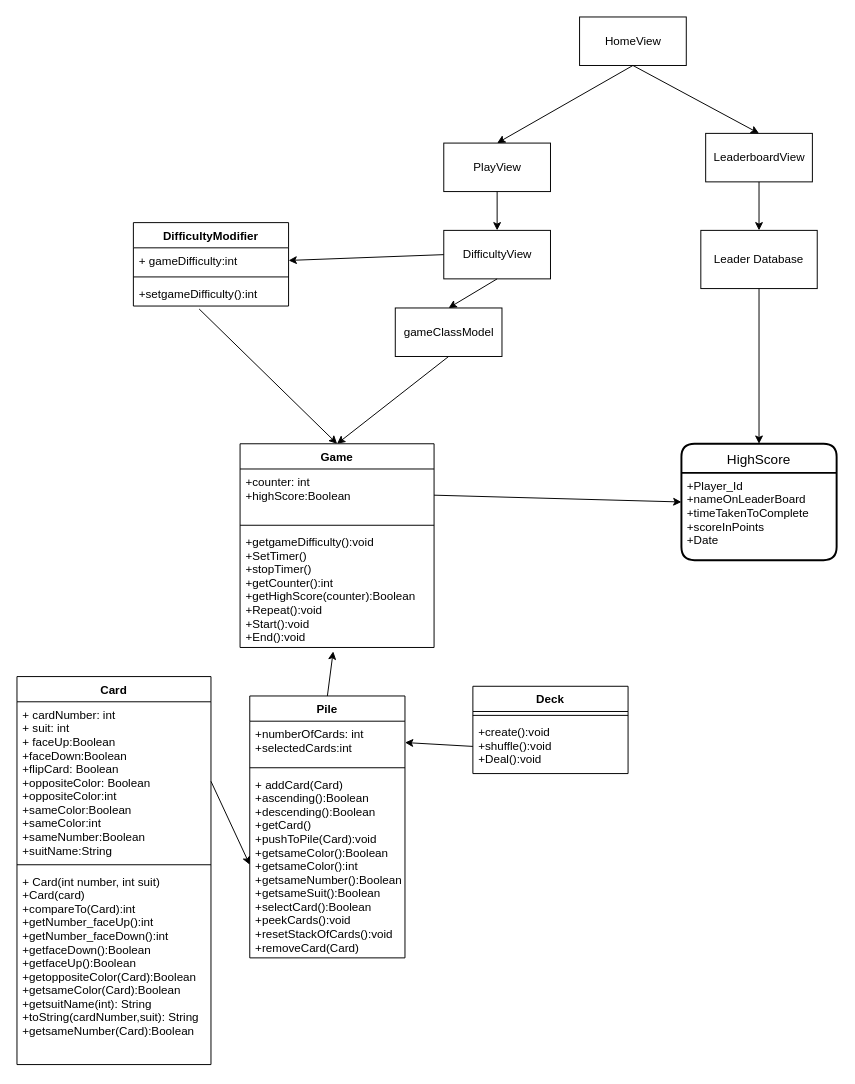
steveb1250/Devils_Grip_Proposal keeps this draw.io diagram as UML for UI.drawio. Above is the earlier version. Source tidied: cells renumbered, new cells numbered last; positions are measured from the earlier drawing's top-left corner, leaving out a move shared by most shapes. Both pictures are drawn from the tidied source at 97%, with x=0, y=0 at pixel (16, 16).
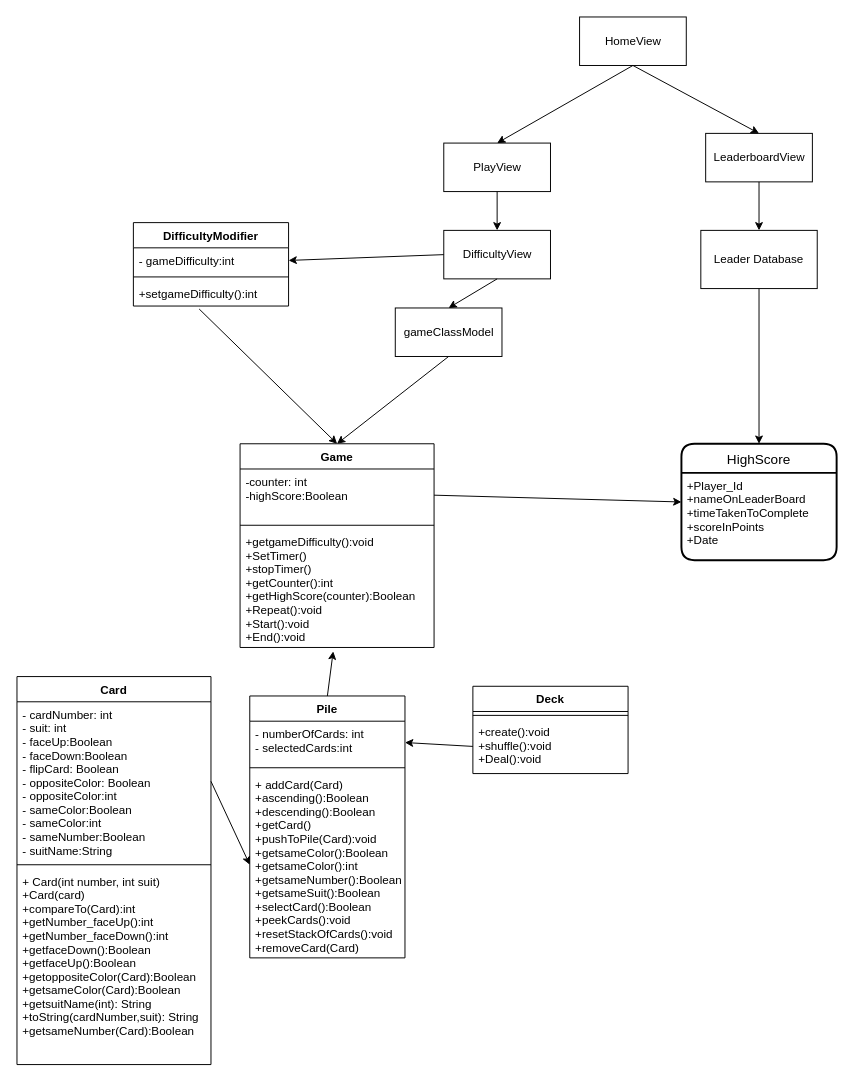
The same page after the edit.

Unchanged cells that the change refers to:
```xml
<mxCell id="15" value="Game" style="swimlane;fontStyle=1;align=center;verticalAlign=top;horizontal=1;startSize=26;" parent="1" vertex="1">
  <mxGeometry x="230" y="440" width="200" height="210" as="geometry" />
</mxCell>
<mxCell id="22" value="DifficultyModifier" style="swimlane;fontStyle=1;align=center;verticalAlign=top;horizontal=1;startSize=26;" parent="1" vertex="1">
  <mxGeometry x="120" y="212" width="160" height="86" as="geometry" />
</mxCell>
<mxCell id="27" value="Pile" style="swimlane;fontStyle=1;align=center;verticalAlign=top;horizontal=1;startSize=26;" parent="1" vertex="1">
  <mxGeometry x="240" y="700" width="160" height="270" as="geometry" />
</mxCell>
<mxCell id="34" value="Card" style="swimlane;fontStyle=1;align=center;verticalAlign=top;horizontal=1;startSize=26;" parent="1" vertex="1">
  <mxGeometry y="680" width="200" height="400" as="geometry" />
</mxCell>
```

Diff of the diagram source:
```diff
@@
-    <mxCell id="16" value="+counter: int&#10;+highScore:Boolean" style="text;strokeColor=none;fillColor=none;align=left;verticalAlign=top;spacingLeft=4;spacingRight=4;overflow=hidden;points=[[0,0.5],[1,0.5]];portConstraint=eastwest;" parent="15" vertex="1">
+    <mxCell id="16" value="-counter: int&#10;-highScore:Boolean" style="text;strokeColor=none;fillColor=none;align=left;verticalAlign=top;spacingLeft=4;spacingRight=4;overflow=hidden;points=[[0,0.5],[1,0.5]];portConstraint=eastwest;" parent="15" vertex="1">
       <mxGeometry y="26" width="200" height="54" as="geometry" />
     </mxCell>
@@
-    <mxCell id="23" value="+ gameDifficulty:int" style="text;strokeColor=none;fillColor=none;align=left;verticalAlign=top;spacingLeft=4;spacingRight=4;overflow=hidden;points=[[0,0.5],[1,0.5]];portConstraint=eastwest;" parent="22" vertex="1">
+    <mxCell id="23" value="- gameDifficulty:int" style="text;strokeColor=none;fillColor=none;align=left;verticalAlign=top;spacingLeft=4;spacingRight=4;overflow=hidden;points=[[0,0.5],[1,0.5]];portConstraint=eastwest;" parent="22" vertex="1">
       <mxGeometry y="26" width="160" height="26" as="geometry" />
     </mxCell>
@@
-    <mxCell id="28" value="+numberOfCards: int&#10;+selectedCards:int&#10;" style="text;strokeColor=none;fillColor=none;align=left;verticalAlign=top;spacingLeft=4;spacingRight=4;overflow=hidden;points=[[0,0.5],[1,0.5]];portConstraint=eastwest;" parent="27" vertex="1">
+    <mxCell id="28" value="- numberOfCards: int&#10;- selectedCards:int&#10;" style="text;strokeColor=none;fillColor=none;align=left;verticalAlign=top;spacingLeft=4;spacingRight=4;overflow=hidden;points=[[0,0.5],[1,0.5]];portConstraint=eastwest;" parent="27" vertex="1">
       <mxGeometry y="26" width="160" height="44" as="geometry" />
     </mxCell>
@@
-    <mxCell id="35" value="+ cardNumber: int&#10;+ suit: int&#10;+ faceUp:Boolean&#10;+faceDown:Boolean&#10;+flipCard: Boolean&#10;+oppositeColor: Boolean&#10;+oppositeColor:int&#10;+sameColor:Boolean&#10;+sameColor:int&#10;+sameNumber:Boolean&#10;+suitName:String&#10;" style="text;strokeColor=none;fillColor=none;align=left;verticalAlign=top;spacingLeft=4;spacingRight=4;overflow=hidden;points=[[0,0.5],[1,0.5]];portConstraint=eastwest;" parent="34" vertex="1">
+    <mxCell id="35" value="- cardNumber: int&#10;- suit: int&#10;- faceUp:Boolean&#10;- faceDown:Boolean&#10;- flipCard: Boolean&#10;- oppositeColor: Boolean&#10;- oppositeColor:int&#10;- sameColor:Boolean&#10;- sameColor:int&#10;- sameNumber:Boolean&#10;- suitName:String&#10;" style="text;strokeColor=none;fillColor=none;align=left;verticalAlign=top;spacingLeft=4;spacingRight=4;overflow=hidden;points=[[0,0.5],[1,0.5]];portConstraint=eastwest;" parent="34" vertex="1">
       <mxGeometry y="26" width="200" height="164" as="geometry" />
     </mxCell>
```
